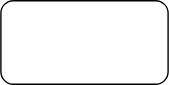
Iammea/drawio keeps this draw.io diagram as Untitled Diagram.drawio.svg. Above is the earlier version. Source tidied: cells renumbered, new cells last; positions are measured from the earlier drawing's top-left corner, leaving out a move shared by most shapes. The source it was exported from:
```xml
<mxGraphModel>
  <root>
    <mxCell id="0" />
    <mxCell id="1" parent="0" />
    <mxCell id="2" style="rounded=1;whiteSpace=wrap;html=1;" parent="1" vertex="1">
      <mxGeometry width="120" height="60" as="geometry" />
    </mxCell>
  </root>
</mxGraphModel>
```
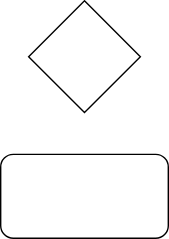
The same diagram one commit later.

What changed in the source:
```diff
@@ -5,5 +5,8 @@
     <mxCell id="2" style="rounded=1;whiteSpace=wrap;html=1;" parent="1" vertex="1">
       <mxGeometry width="120" height="60" as="geometry" />
     </mxCell>
+    <mxCell id="3" style="rhombus;whiteSpace=wrap;html=1;" parent="1" vertex="1">
+      <mxGeometry x="20" y="-110" width="80" height="80" as="geometry" />
+    </mxCell>
   </root>
 </mxGraphModel>
```
